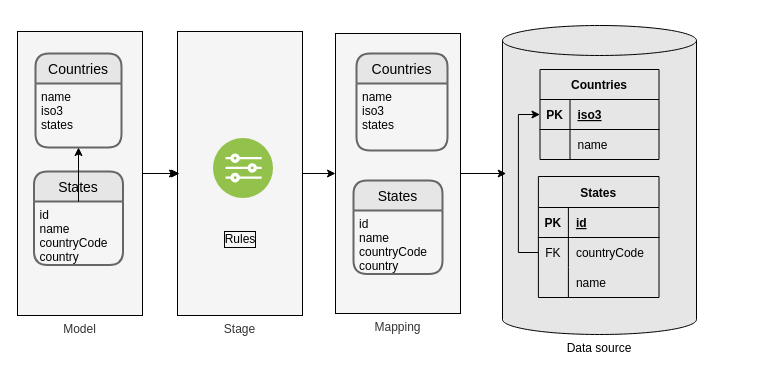
This is design/schema.drawio from lambda-orm/lambdaorm, a draw.io file, before an edit. Source tidied: cells renumbered, new cells numbered last; positions are measured from the earlier drawing's top-left corner, leaving out a move shared by most shapes. Both pictures are drawn from the tidied source at 100%, with x=0, y=0 at pixel (17, 25).
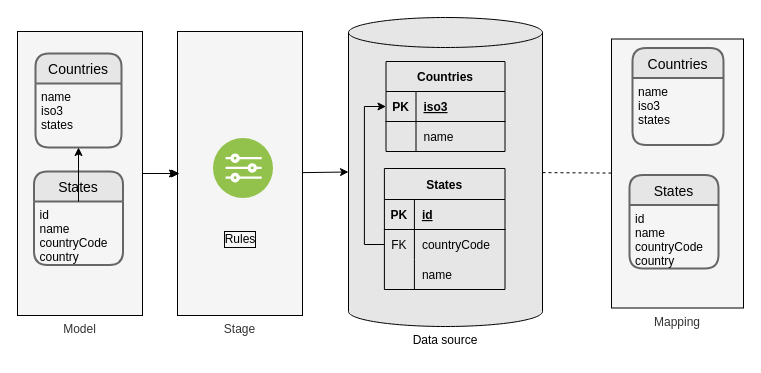
After the change.

The change refers to these unchanged cells:
```xml
<mxCell id="33" value="Stage" style="rounded=0;whiteSpace=wrap;html=1;labelBackgroundColor=none;sketch=0;fillColor=#f5f5f5;fontColor=#333333;strokeColor=#000000;labelPosition=center;verticalLabelPosition=bottom;align=center;verticalAlign=top;" parent="1" vertex="1">
  <mxGeometry x="160" y="6" width="125" height="284" as="geometry" />
</mxCell>
```

Change to the diagram source:
```diff
@@
+    <mxCell id="39" style="edgeStyle=none;html=1;strokeColor=#000000;dashed=1;endArrow=none;endFill=0;" parent="1" edge="1" source="4" target="28">
+      <mxGeometry relative="1" as="geometry" />
+    </mxCell>
     <mxCell id="4" value="Data source" style="shape=cylinder3;whiteSpace=wrap;html=1;boundedLbl=1;backgroundOutline=1;size=15;fillColor=#E6E6E6;strokeColor=#000000;labelPosition=center;verticalLabelPosition=bottom;align=center;verticalAlign=top;fontColor=#000000;" parent="1" vertex="1">
-      <mxGeometry x="485" width="194" height="309" as="geometry" />
+      <mxGeometry x="331" y="-8" width="194" height="309" as="geometry" />
     </mxCell>
@@
     <mxCell id="9" value="Countries" style="shape=table;startSize=30;childLayout=tableLayout;rowLines=0;fontStyle=1;align=center;fontColor=#000000;strokeColor=#000000;fillColor=#E6E6E6;" parent="1" vertex="1">
-      <mxGeometry x="522.5" y="44" width="119" height="90" as="geometry" />
+      <mxGeometry x="368.5" y="36" width="119" height="90" as="geometry" />
     </mxCell>
@@
     <mxCell id="17" value="States" style="shape=table;startSize=31;childLayout=tableLayout;rowLines=0;fontStyle=1;align=center;fontColor=#000000;strokeColor=#000000;fillColor=#E6E6E6;" parent="1" vertex="1">
-      <mxGeometry x="520.9" y="151" width="120.6" height="121" as="geometry" />
+      <mxGeometry x="366.9" y="143" width="120.6" height="121" as="geometry" />
     </mxCell>
@@
-    <mxCell id="27" style="edgeStyle=orthogonalEdgeStyle;rounded=0;jettySize=auto;html=1;entryX=0.019;entryY=0.479;entryDx=0;entryDy=0;entryPerimeter=0;fontColor=#000000;strokeColor=#000000;" parent="1" edge="1" source="28" target="4">
-      <mxGeometry relative="1" as="geometry" />
-    </mxCell>
     <mxCell id="28" value="Mapping" style="rounded=0;whiteSpace=wrap;html=1;labelBackgroundColor=none;sketch=0;fillColor=#f5f5f5;fontColor=#333333;strokeColor=#000000;labelPosition=center;verticalLabelPosition=bottom;align=center;verticalAlign=top;" parent="1" vertex="1">
-      <mxGeometry x="318" y="8" width="125" height="280" as="geometry" />
+      <mxGeometry x="594" y="13.5" width="132" height="269" as="geometry" />
     </mxCell>
     <mxCell id="29" value="Countries" style="swimlane;horizontal=1;startSize=30;rounded=1;fontSize=14;fontStyle=0;strokeWidth=2;shadow=0;dashed=0;align=center;fontColor=#000000;fillColor=#E6E6E6;strokeColor=#666666;" parent="1" vertex="1">
-      <mxGeometry x="339" y="28" width="91" height="97" as="geometry" />
+      <mxGeometry x="615" y="22.5" width="91" height="97" as="geometry" />
     </mxCell>
@@
     <mxCell id="31" value="States" style="swimlane;horizontal=1;startSize=30;rounded=1;fontSize=14;fontStyle=0;strokeWidth=2;shadow=0;dashed=0;align=center;fontColor=#000000;fillColor=#E6E6E6;strokeColor=#666666;" parent="1" vertex="1">
-      <mxGeometry x="336" y="155" width="89" height="93.5" as="geometry" />
+      <mxGeometry x="612" y="149.5" width="89" height="93.5" as="geometry" />
     </mxCell>
@@
+    <mxCell id="40" style="edgeStyle=none;html=1;entryX=0;entryY=0.5;entryDx=0;entryDy=0;entryPerimeter=0;strokeColor=#000000;" parent="1" edge="1" source="33" target="4">
+      <mxGeometry relative="1" as="geometry" />
+    </mxCell>
@@
-    <mxCell id="37" style="edgeStyle=orthogonalEdgeStyle;rounded=0;jettySize=auto;html=1;fontColor=#000000;strokeColor=#000000;exitX=1;exitY=0.5;exitDx=0;exitDy=0;entryX=0;entryY=0.5;entryDx=0;entryDy=0;" parent="1" edge="1" source="33" target="28">
-      <mxGeometry relative="1" as="geometry" />
-    </mxCell>
```
